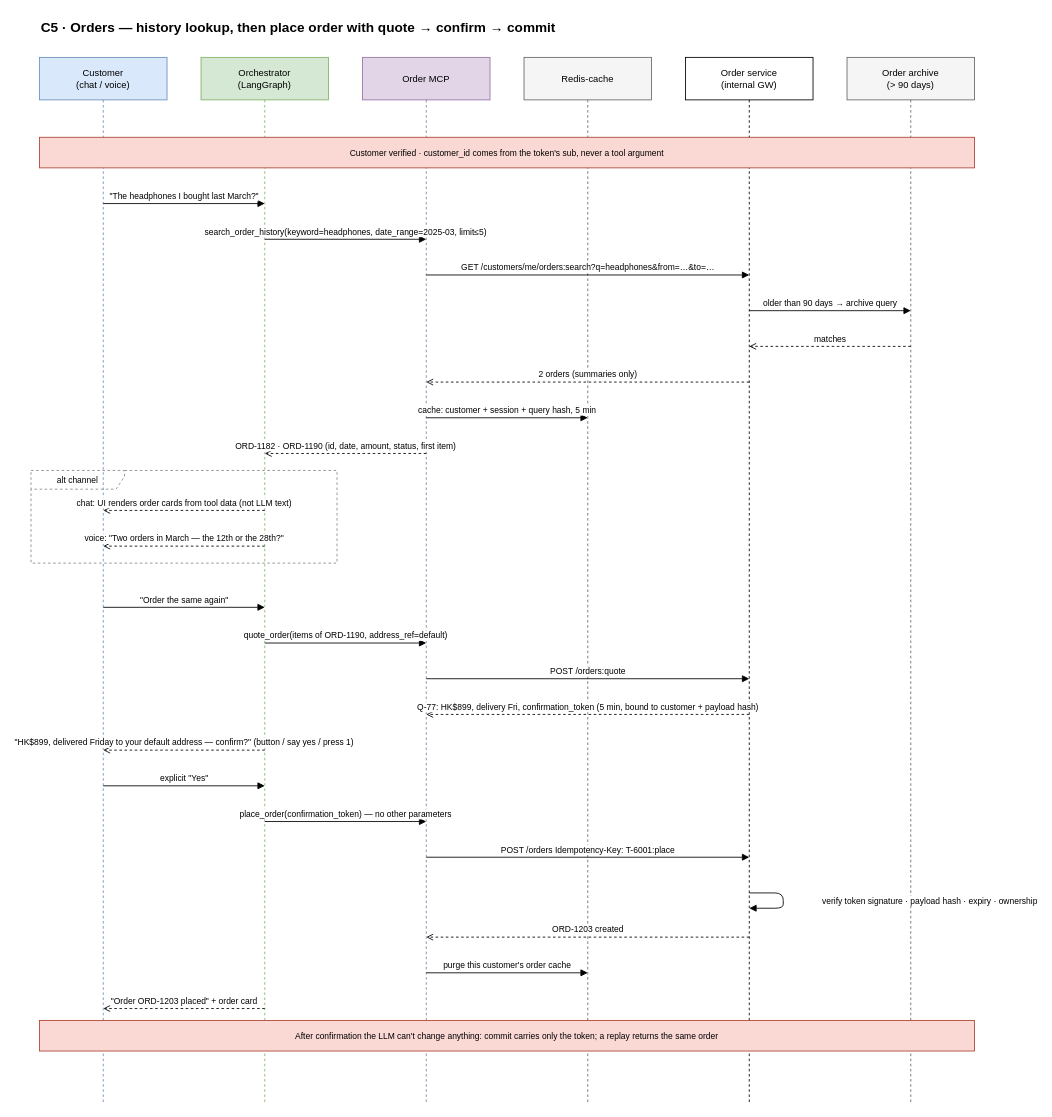
Above: docs/diagrams/C5-orders.drawio in airplanecraft/customer-support-agent (draw.io), before the change. Source tidied: cells renumbered, new cells numbered last; positions are measured from the earlier drawing's top-left corner, leaving out a move shared by most shapes. Both pictures are drawn from the tidied source at 85%, with x=0, y=0 at pixel (31, 14).
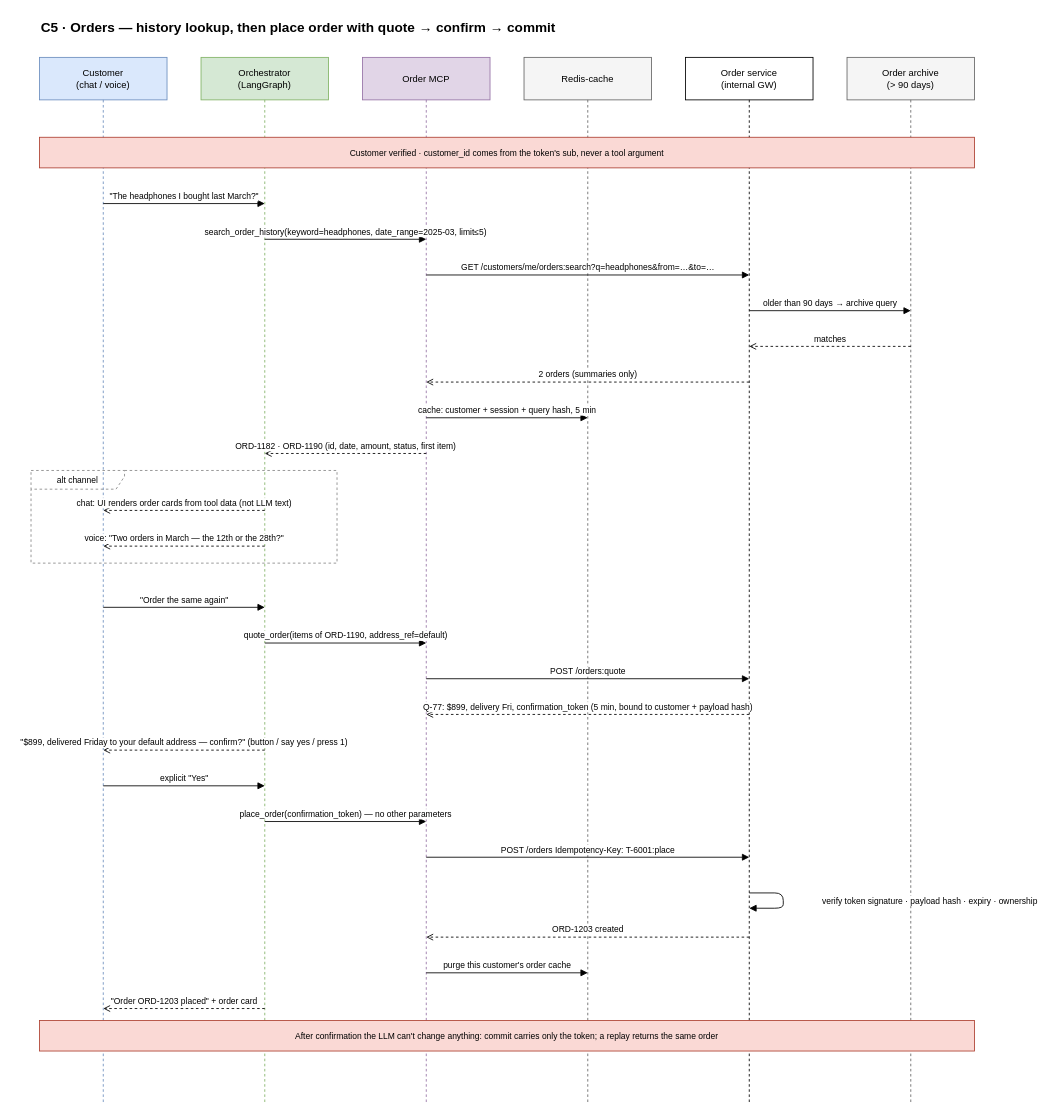
The same page after the edit.

Diff of the diagram source:
```diff
@@
-    <mxCell id="24" value="Q-77: HK$899, delivery Fri, confirmation_token (5 min, bound to customer + payload hash)" style="html=1;verticalAlign=bottom;fontSize=10;labelBackgroundColor=#ffffff;endArrow=open;dashed=1;" parent="1" edge="1">
+    <mxCell id="24" value="Q-77: $899, delivery Fri, confirmation_token (5 min, bound to customer + payload hash)" style="html=1;verticalAlign=bottom;fontSize=10;labelBackgroundColor=#ffffff;endArrow=open;dashed=1;" parent="1" edge="1">
       <mxGeometry relative="1" as="geometry">
         <mxPoint x="845" y="823" as="sourcePoint" />
         <mxPoint x="465" y="823" as="targetPoint" />
       </mxGeometry>
     </mxCell>
-    <mxCell id="25" value="&quot;HK$899, delivered Friday to your default address — confirm?&quot; (button / say yes / press 1)" style="html=1;verticalAlign=bottom;fontSize=10;labelBackgroundColor=#ffffff;endArrow=open;dashed=1;" parent="1" edge="1">
+    <mxCell id="25" value="&quot;$899, delivered Friday to your default address — confirm?&quot; (button / say yes / press 1)" style="html=1;verticalAlign=bottom;fontSize=10;labelBackgroundColor=#ffffff;endArrow=open;dashed=1;" parent="1" edge="1">
       <mxGeometry relative="1" as="geometry">
         <mxPoint x="275" y="865" as="sourcePoint" />
         <mxPoint x="85" y="865" as="targetPoint" />
       </mxGeometry>
     </mxCell>
```
